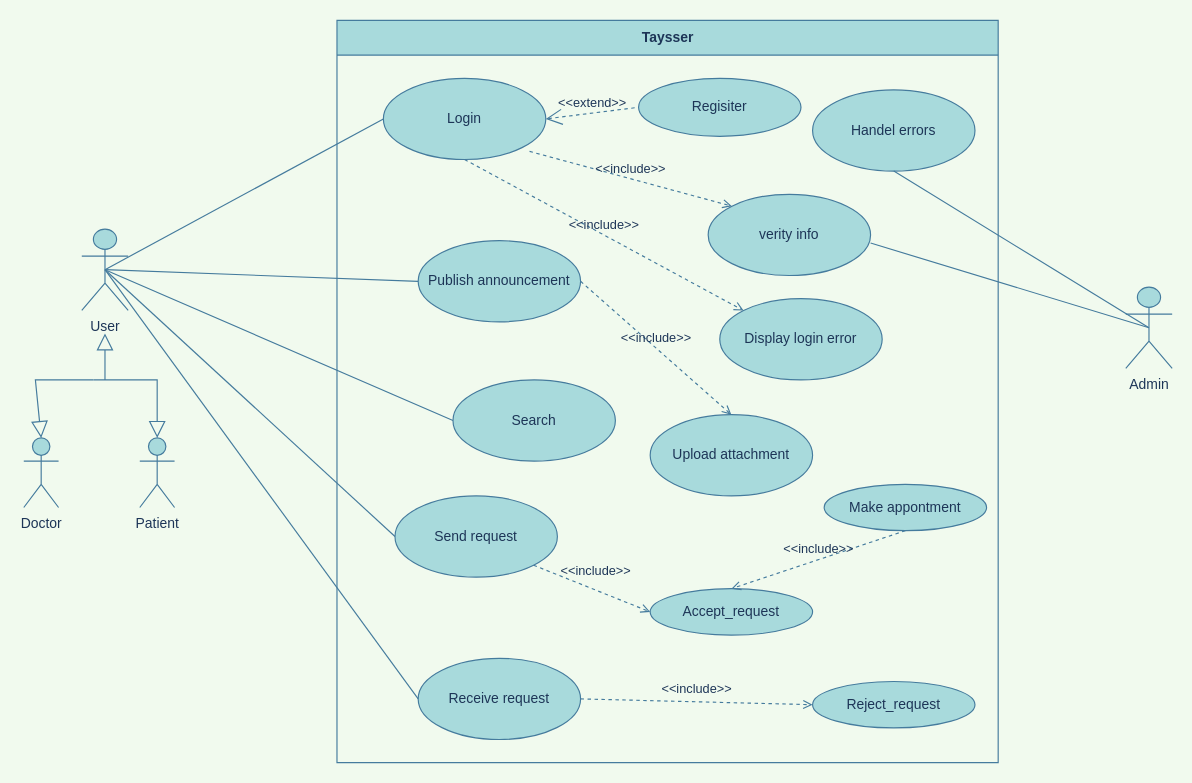
This is UML/useCase/USECASE.drawio from mahmoudayman55/Tayser, a draw.io file, before an edit. Source tidied: cells renumbered, new cells numbered last; positions are measured from the earlier drawing's top-left corner, leaving out a move shared by most shapes. Both pictures are drawn from the tidied source at 116%, with x=0, y=0 at pixel (23, 20).
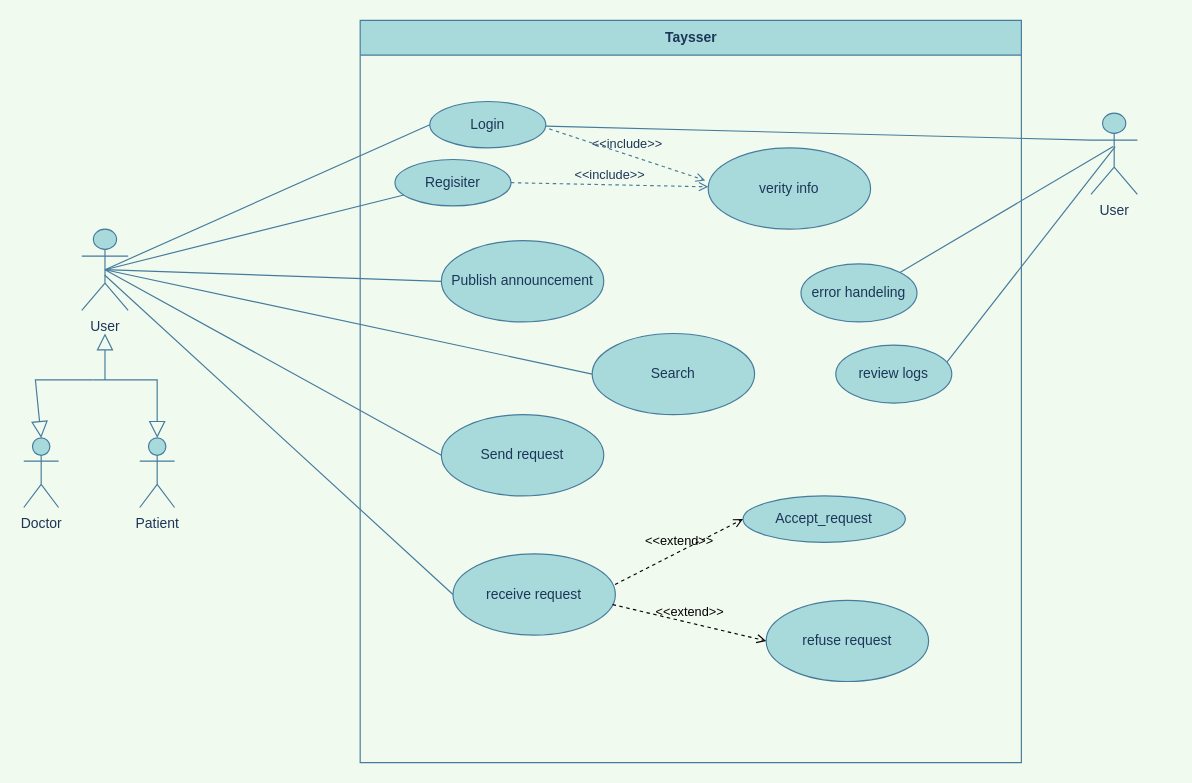
After the change.

Commit message (it also covers changes not shown here):
use case

The change refers to these unchanged cells:
```xml
<mxCell id="4" value="Publish announcement" style="ellipse;whiteSpace=wrap;html=1;fillColor=#A8DADC;strokeColor=#457B9D;fontColor=#1D3557;" parent="2" vertex="1">
  <mxGeometry x="70" y="190" width="140" height="70" as="geometry" />
</mxCell>
<mxCell id="23" value="User" style="shape=umlActor;html=1;verticalLabelPosition=bottom;verticalAlign=top;align=center;fillColor=#A8DADC;strokeColor=#457B9D;fontColor=#1D3557;" parent="1" vertex="1">
  <mxGeometry x="50" y="180" width="40" height="70" as="geometry" />
</mxCell>
```

The edit, as a diff of the source:
```diff
@@
     <mxCell id="2" value="Taysser" style="swimlane;fontStyle=1;align=center;horizontal=1;startSize=30;html=1;fillColor=#A8DADC;strokeColor=#457B9D;fontColor=#1D3557;" parent="1" vertex="1">
-      <mxGeometry x="270" width="570" height="640" as="geometry" />
+      <mxGeometry x="290" width="570" height="640" as="geometry" />
     </mxCell>
     <mxCell id="3" value="Login" style="ellipse;whiteSpace=wrap;html=1;fillColor=#A8DADC;strokeColor=#457B9D;fontColor=#1D3557;" parent="2" vertex="1">
-      <mxGeometry x="40" y="50" width="140" height="70" as="geometry" />
+      <mxGeometry x="60" y="70" width="100" height="40" as="geometry" />
     </mxCell>
@@
     <mxCell id="5" value="Search" style="ellipse;whiteSpace=wrap;html=1;fillColor=#A8DADC;strokeColor=#457B9D;fontColor=#1D3557;" parent="2" vertex="1">
-      <mxGeometry x="100" y="310" width="140" height="70" as="geometry" />
+      <mxGeometry x="200" y="270" width="140" height="70" as="geometry" />
     </mxCell>
     <mxCell id="6" value="Send request" style="ellipse;whiteSpace=wrap;html=1;fillColor=#A8DADC;strokeColor=#457B9D;fontColor=#1D3557;" parent="2" vertex="1">
-      <mxGeometry x="50" y="410" width="140" height="70" as="geometry" />
+      <mxGeometry x="70" y="340" width="140" height="70" as="geometry" />
     </mxCell>
-    <mxCell id="7" value="Receive request" style="ellipse;whiteSpace=wrap;html=1;fillColor=#A8DADC;strokeColor=#457B9D;fontColor=#1D3557;" parent="2" vertex="1">
-      <mxGeometry x="70" y="550" width="140" height="70" as="geometry" />
+    <mxCell id="7" value="refuse request" style="ellipse;whiteSpace=wrap;html=1;fillColor=#A8DADC;strokeColor=#457B9D;fontColor=#1D3557;" parent="2" vertex="1">
+      <mxGeometry x="350" y="500" width="140" height="70" as="geometry" />
     </mxCell>
     <mxCell id="8" value="Regisiter" style="ellipse;whiteSpace=wrap;html=1;fillColor=#A8DADC;strokeColor=#457B9D;fontColor=#1D3557;" parent="2" vertex="1">
-      <mxGeometry x="260" y="50" width="140" height="50" as="geometry" />
+      <mxGeometry x="30" y="120" width="100" height="40" as="geometry" />
     </mxCell>
-    <mxCell id="9" value="Handel errors" style="ellipse;whiteSpace=wrap;html=1;fillColor=#A8DADC;strokeColor=#457B9D;fontColor=#1D3557;" parent="2" vertex="1">
-      <mxGeometry x="410" y="60" width="140" height="70" as="geometry" />
-    </mxCell>
     <mxCell id="10" value="verity info" style="ellipse;whiteSpace=wrap;html=1;fillColor=#A8DADC;strokeColor=#457B9D;fontColor=#1D3557;" parent="2" vertex="1">
-      <mxGeometry x="320" y="150" width="140" height="70" as="geometry" />
+      <mxGeometry x="300" y="110" width="140" height="70" as="geometry" />
     </mxCell>
-    <mxCell id="11" value="Display login error" style="ellipse;whiteSpace=wrap;html=1;fillColor=#A8DADC;strokeColor=#457B9D;fontColor=#1D3557;" parent="2" vertex="1">
-      <mxGeometry x="330" y="240" width="140" height="70" as="geometry" />
-    </mxCell>
-    <mxCell id="12" value="Upload attachment" style="ellipse;whiteSpace=wrap;html=1;fillColor=#A8DADC;strokeColor=#457B9D;fontColor=#1D3557;" parent="2" vertex="1">
-      <mxGeometry x="270" y="340" width="140" height="70" as="geometry" />
-    </mxCell>
-    <mxCell id="13" value="Make appontment" style="ellipse;whiteSpace=wrap;html=1;fillColor=#A8DADC;strokeColor=#457B9D;fontColor=#1D3557;" parent="2" vertex="1">
-      <mxGeometry x="420" y="400" width="140" height="40" as="geometry" />
-    </mxCell>
-    <mxCell id="14" value="Reject_request" style="ellipse;whiteSpace=wrap;html=1;fillColor=#A8DADC;strokeColor=#457B9D;fontColor=#1D3557;" parent="2" vertex="1">
-      <mxGeometry x="410" y="570" width="140" height="40" as="geometry" />
-    </mxCell>
     <mxCell id="15" value="Accept_request" style="ellipse;whiteSpace=wrap;html=1;fillColor=#A8DADC;strokeColor=#457B9D;fontColor=#1D3557;" parent="2" vertex="1">
-      <mxGeometry x="270" y="490" width="140" height="40" as="geometry" />
+      <mxGeometry x="330" y="410" width="140" height="40" as="geometry" />
     </mxCell>
-    <mxCell id="16" value="&amp;lt;&amp;lt;include&amp;gt;&amp;gt;" style="edgeStyle=none;html=1;endArrow=open;verticalAlign=bottom;dashed=1;labelBackgroundColor=none;rounded=0;exitX=1;exitY=0.5;exitDx=0;exitDy=0;entryX=0;entryY=0.5;entryDx=0;entryDy=0;strokeColor=#457B9D;fontColor=#1D3557;" parent="2" edge="1" source="7" target="14">
-      <mxGeometry y="2" relative="1" as="geometry" />
-    </mxCell>
-    <mxCell id="17" value="&amp;lt;&amp;lt;include&amp;gt;&amp;gt;" style="edgeStyle=none;html=1;endArrow=open;verticalAlign=bottom;dashed=1;labelBackgroundColor=none;rounded=0;exitX=1;exitY=1;exitDx=0;exitDy=0;entryX=0;entryY=0.5;entryDx=0;entryDy=0;strokeColor=#457B9D;fontColor=#1D3557;" parent="2" edge="1" source="6" target="15">
-      <mxGeometry x="0.01" y="7" relative="1" as="geometry" />
-    </mxCell>
-    <mxCell id="18" value="&amp;lt;&amp;lt;include&amp;gt;&amp;gt;" style="edgeStyle=none;html=1;endArrow=open;verticalAlign=bottom;dashed=1;labelBackgroundColor=none;rounded=0;exitX=0.5;exitY=1;exitDx=0;exitDy=0;entryX=0.5;entryY=0;entryDx=0;entryDy=0;strokeColor=#457B9D;fontColor=#1D3557;" parent="2" edge="1" source="13" target="15">
-      <mxGeometry relative="1" as="geometry" />
-    </mxCell>
-    <mxCell id="19" value="&amp;lt;&amp;lt;extend&amp;gt;&amp;gt;" style="edgeStyle=none;html=1;startArrow=open;endArrow=none;startSize=12;verticalAlign=bottom;dashed=1;labelBackgroundColor=none;rounded=0;exitX=1;exitY=0.5;exitDx=0;exitDy=0;entryX=0;entryY=0.5;entryDx=0;entryDy=0;strokeColor=#457B9D;fontColor=#1D3557;" parent="2" edge="1" source="3" target="8">
-      <mxGeometry relative="1" as="geometry" />
-    </mxCell>
-    <mxCell id="20" value="&amp;lt;&amp;lt;include&amp;gt;&amp;gt;" style="edgeStyle=none;html=1;endArrow=open;verticalAlign=bottom;dashed=1;labelBackgroundColor=none;rounded=0;exitX=0.9;exitY=0.9;exitDx=0;exitDy=0;exitPerimeter=0;entryX=0;entryY=0;entryDx=0;entryDy=0;strokeColor=#457B9D;fontColor=#1D3557;" parent="2" edge="1" source="3" target="10">
+    <mxCell id="20" value="&amp;lt;&amp;lt;include&amp;gt;&amp;gt;" style="edgeStyle=none;html=1;endArrow=open;verticalAlign=bottom;dashed=1;labelBackgroundColor=none;rounded=0;exitX=1.03;exitY=0.59;exitDx=0;exitDy=0;exitPerimeter=0;entryX=-0.018;entryY=0.4;entryDx=0;entryDy=0;strokeColor=#457B9D;fontColor=#1D3557;entryPerimeter=0;" parent="2" edge="1" source="3" target="10">
       <mxGeometry relative="1" as="geometry" />
     </mxCell>
-    <mxCell id="21" value="&amp;lt;&amp;lt;include&amp;gt;&amp;gt;" style="edgeStyle=none;html=1;endArrow=open;verticalAlign=bottom;dashed=1;labelBackgroundColor=none;rounded=0;exitX=0.5;exitY=1;exitDx=0;exitDy=0;entryX=0;entryY=0;entryDx=0;entryDy=0;strokeColor=#457B9D;fontColor=#1D3557;" parent="2" edge="1" source="3" target="11">
-      <mxGeometry relative="1" as="geometry" />
-    </mxCell>
-    <mxCell id="22" value="&amp;lt;&amp;lt;include&amp;gt;&amp;gt;" style="edgeStyle=none;html=1;endArrow=open;verticalAlign=bottom;dashed=1;labelBackgroundColor=none;rounded=0;exitX=1;exitY=0.5;exitDx=0;exitDy=0;entryX=0.5;entryY=0;entryDx=0;entryDy=0;strokeColor=#457B9D;fontColor=#1D3557;" parent="2" edge="1" source="4" target="12">
-      <mxGeometry relative="1" as="geometry" />
-    </mxCell>
+    <mxCell id="37" value="receive request" style="ellipse;whiteSpace=wrap;html=1;fillColor=#A8DADC;strokeColor=#457B9D;fontColor=#1D3557;" parent="2" vertex="1">
+      <mxGeometry x="80" y="460" width="140" height="70" as="geometry" />
+    </mxCell>
+    <mxCell id="38" value="&amp;lt;&amp;lt;extend&amp;gt;&amp;gt;" style="html=1;verticalAlign=bottom;labelBackgroundColor=none;endArrow=open;endFill=0;dashed=1;rounded=0;exitX=0.998;exitY=0.377;exitDx=0;exitDy=0;exitPerimeter=0;entryX=0;entryY=0.5;entryDx=0;entryDy=0;" parent="2" edge="1" source="37" target="15">
+      <mxGeometry relative="1" as="geometry" />
+    </mxCell>
+    <mxCell id="39" value="&amp;lt;&amp;lt;extend&amp;gt;&amp;gt;" style="html=1;verticalAlign=bottom;labelBackgroundColor=none;endArrow=open;endFill=0;dashed=1;rounded=0;exitX=0.983;exitY=0.624;exitDx=0;exitDy=0;exitPerimeter=0;entryX=0;entryY=0.5;entryDx=0;entryDy=0;" parent="2" edge="1" source="37" target="7">
+      <mxGeometry relative="1" as="geometry" />
+    </mxCell>
+    <mxCell id="40" value="&amp;lt;&amp;lt;include&amp;gt;&amp;gt;" style="edgeStyle=none;html=1;endArrow=open;verticalAlign=bottom;dashed=1;labelBackgroundColor=none;rounded=0;exitX=1;exitY=0.5;exitDx=0;exitDy=0;strokeColor=#457B9D;fontColor=#1D3557;" parent="2" edge="1" source="8" target="10">
+      <mxGeometry relative="1" as="geometry" />
+    </mxCell>
+    <mxCell id="41" value="error handeling" style="ellipse;whiteSpace=wrap;html=1;fillColor=#A8DADC;strokeColor=#457B9D;fontColor=#1D3557;" parent="2" vertex="1">
+      <mxGeometry x="380" y="210" width="100" height="50" as="geometry" />
+    </mxCell>
+    <mxCell id="42" value="review logs" style="ellipse;whiteSpace=wrap;html=1;fillColor=#A8DADC;strokeColor=#457B9D;fontColor=#1D3557;" parent="2" vertex="1">
+      <mxGeometry x="410" y="280" width="100" height="50" as="geometry" />
+    </mxCell>
@@
-    <mxCell id="24" value="Admin" style="shape=umlActor;html=1;verticalLabelPosition=bottom;verticalAlign=top;align=center;fillColor=#A8DADC;strokeColor=#457B9D;fontColor=#1D3557;" parent="1" vertex="1">
-      <mxGeometry x="950" y="230" width="40" height="70" as="geometry" />
-    </mxCell>
@@
-    <mxCell id="29" style="edgeStyle=none;html=1;endArrow=none;verticalAlign=bottom;rounded=0;exitX=0.5;exitY=0.5;exitDx=0;exitDy=0;exitPerimeter=0;entryX=0;entryY=0.5;entryDx=0;entryDy=0;labelBackgroundColor=#F1FAEE;strokeColor=#457B9D;fontColor=#1D3557;" parent="1" edge="1" source="23" target="7">
-      <mxGeometry relative="1" as="geometry" />
-    </mxCell>
-    <mxCell id="30" style="edgeStyle=none;html=1;endArrow=none;verticalAlign=bottom;rounded=0;exitX=0.5;exitY=1;exitDx=0;exitDy=0;entryX=0.5;entryY=0.5;entryDx=0;entryDy=0;entryPerimeter=0;labelBackgroundColor=#F1FAEE;strokeColor=#457B9D;fontColor=#1D3557;" parent="1" edge="1" source="9" target="24">
-      <mxGeometry relative="1" as="geometry" />
-    </mxCell>
-    <mxCell id="31" style="edgeStyle=none;html=1;endArrow=none;verticalAlign=bottom;rounded=0;exitX=1;exitY=0.6;exitDx=0;exitDy=0;exitPerimeter=0;entryX=0.5;entryY=0.5;entryDx=0;entryDy=0;entryPerimeter=0;labelBackgroundColor=#F1FAEE;strokeColor=#457B9D;fontColor=#1D3557;" parent="1" edge="1" source="10" target="24">
-      <mxGeometry relative="1" as="geometry" />
-    </mxCell>
@@
+    <mxCell id="43" style="edgeStyle=none;html=1;endArrow=none;verticalAlign=bottom;rounded=0;exitX=0.5;exitY=0.5;exitDx=0;exitDy=0;exitPerimeter=0;labelBackgroundColor=#F1FAEE;strokeColor=#457B9D;fontColor=#1D3557;" parent="1" edge="1" source="23" target="8">
+      <mxGeometry relative="1" as="geometry" />
+    </mxCell>
+    <mxCell id="44" style="edgeStyle=none;html=1;endArrow=none;verticalAlign=bottom;rounded=0;exitX=0.492;exitY=0.565;exitDx=0;exitDy=0;exitPerimeter=0;labelBackgroundColor=#F1FAEE;strokeColor=#457B9D;fontColor=#1D3557;entryX=0;entryY=0.5;entryDx=0;entryDy=0;" parent="1" edge="1" source="23" target="37">
+      <mxGeometry relative="1" as="geometry" />
+    </mxCell>
+    <mxCell id="45" value="User" style="shape=umlActor;html=1;verticalLabelPosition=bottom;verticalAlign=top;align=center;fillColor=#A8DADC;strokeColor=#457B9D;fontColor=#1D3557;" parent="1" vertex="1">
+      <mxGeometry x="920" y="80" width="40" height="70" as="geometry" />
+    </mxCell>
+    <mxCell id="46" style="edgeStyle=none;html=1;endArrow=none;verticalAlign=bottom;rounded=0;entryX=0;entryY=0.3333333333333333;entryDx=0;entryDy=0;labelBackgroundColor=#F1FAEE;strokeColor=#457B9D;fontColor=#1D3557;entryPerimeter=0;" parent="1" edge="1" source="3" target="45">
+      <mxGeometry relative="1" as="geometry" />
+    </mxCell>
+    <mxCell id="47" style="edgeStyle=none;html=1;endArrow=none;verticalAlign=bottom;rounded=0;entryX=0.479;entryY=0.412;entryDx=0;entryDy=0;labelBackgroundColor=#F1FAEE;strokeColor=#457B9D;fontColor=#1D3557;entryPerimeter=0;exitX=1;exitY=0;exitDx=0;exitDy=0;" parent="1" edge="1" source="41" target="45">
+      <mxGeometry relative="1" as="geometry" />
+    </mxCell>
+    <mxCell id="48" style="edgeStyle=none;html=1;endArrow=none;verticalAlign=bottom;rounded=0;entryX=0.521;entryY=0.412;entryDx=0;entryDy=0;labelBackgroundColor=#F1FAEE;strokeColor=#457B9D;fontColor=#1D3557;entryPerimeter=0;exitX=0.958;exitY=0.293;exitDx=0;exitDy=0;exitPerimeter=0;" parent="1" edge="1" source="42" target="45">
+      <mxGeometry relative="1" as="geometry" />
+    </mxCell>
```
